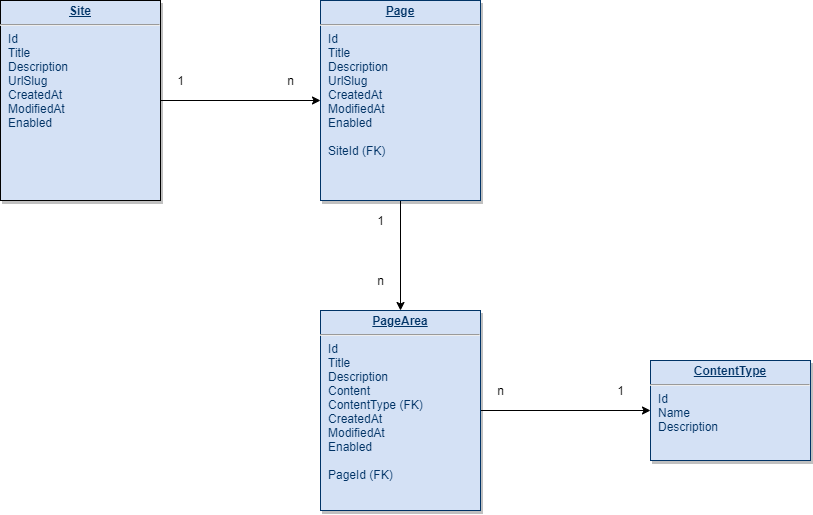
This is docs/er-diagram.png from Lenkelheit/Lily-cms, a draw.io export, as it was before one commit. Source tidied: cells renumbered, new cells last; positions are measured from the earlier drawing's top-left corner, leaving out a move shared by most shapes. Source of this version:
```xml
<mxGraphModel background="#ffffff">
  <root>
    <mxCell id="0" />
    <mxCell id="1" parent="0" />
    <mxCell id="2" style="edgeStyle=orthogonalEdgeStyle;rounded=0;jettySize=auto;html=1;" parent="1" edge="1" source="3" target="5">
      <mxGeometry relative="1" as="geometry" />
    </mxCell>
    <mxCell id="3" value="&lt;p style=&quot;margin: 0px ; margin-top: 4px ; text-align: center ; text-decoration: underline&quot;&gt;&lt;b&gt;Site&lt;/b&gt;&lt;/p&gt;&lt;hr&gt;&lt;p style=&quot;margin: 0px ; margin-left: 8px&quot;&gt;Id&lt;/p&gt;&lt;p style=&quot;margin: 0px ; margin-left: 8px&quot;&gt;Title&lt;/p&gt;&lt;p style=&quot;margin: 0px ; margin-left: 8px&quot;&gt;Description&lt;/p&gt;&lt;p style=&quot;margin: 0px ; margin-left: 8px&quot;&gt;UrlSlug&lt;/p&gt;&lt;p style=&quot;margin: 0px ; margin-left: 8px&quot;&gt;CreatedAt&lt;/p&gt;&lt;p style=&quot;margin: 0px ; margin-left: 8px&quot;&gt;ModifiedAt&lt;/p&gt;&lt;p style=&quot;margin: 0px ; margin-left: 8px&quot;&gt;Enabled&lt;br&gt;&lt;/p&gt;" style="verticalAlign=top;align=left;overflow=fill;fontSize=12;fontFamily=Helvetica;html=1;shadow=1;fillColor=#D4E1F5;fontColor=#003366;noLabel=0;" parent="1" vertex="1">
      <mxGeometry width="160" height="200" as="geometry" />
    </mxCell>
    <mxCell id="4" style="edgeStyle=orthogonalEdgeStyle;rounded=0;jettySize=auto;html=1;exitX=0.5;exitY=1;exitDx=0;exitDy=0;entryX=0.5;entryY=0;entryDx=0;entryDy=0;" parent="1" edge="1" source="5" target="7">
      <mxGeometry relative="1" as="geometry" />
    </mxCell>
    <mxCell id="5" value="&lt;p style=&quot;margin: 0px ; margin-top: 4px ; text-align: center ; text-decoration: underline&quot;&gt;&lt;b&gt;Page&lt;/b&gt;&lt;/p&gt;&lt;hr&gt;&lt;p style=&quot;margin: 0px ; margin-left: 8px&quot;&gt;Id&lt;/p&gt;&lt;p style=&quot;margin: 0px ; margin-left: 8px&quot;&gt;Title&lt;/p&gt;&lt;p style=&quot;margin: 0px ; margin-left: 8px&quot;&gt;Description&lt;/p&gt;&lt;p style=&quot;margin: 0px ; margin-left: 8px&quot;&gt;UrlSlug&lt;/p&gt;&lt;p style=&quot;margin: 0px ; margin-left: 8px&quot;&gt;CreatedAt&lt;/p&gt;&lt;p style=&quot;margin: 0px ; margin-left: 8px&quot;&gt;ModifiedAt&lt;/p&gt;&lt;p style=&quot;margin: 0px ; margin-left: 8px&quot;&gt;Enabled&lt;br&gt;&lt;/p&gt;&lt;p style=&quot;margin: 0px ; margin-left: 8px&quot;&gt;&lt;br&gt;&lt;/p&gt;&lt;p style=&quot;margin: 0px ; margin-left: 8px&quot;&gt;SiteId (FK)&lt;/p&gt;" style="verticalAlign=top;align=left;overflow=fill;fontSize=12;fontFamily=Helvetica;html=1;strokeColor=#003366;shadow=1;fillColor=#D4E1F5;fontColor=#003366;" parent="1" vertex="1">
      <mxGeometry x="320" width="160" height="200" as="geometry" />
    </mxCell>
    <mxCell id="6" style="edgeStyle=orthogonalEdgeStyle;rounded=0;jettySize=auto;html=1;exitX=1;exitY=0.5;exitDx=0;exitDy=0;entryX=0;entryY=0.5;entryDx=0;entryDy=0;" parent="1" edge="1" source="7" target="8">
      <mxGeometry relative="1" as="geometry" />
    </mxCell>
    <mxCell id="7" value="&lt;p style=&quot;margin: 0px ; margin-top: 4px ; text-align: center ; text-decoration: underline&quot;&gt;&lt;b&gt;PageArea&lt;/b&gt;&lt;/p&gt;&lt;hr&gt;&lt;p style=&quot;margin: 0px ; margin-left: 8px&quot;&gt;Id&lt;/p&gt;&lt;p style=&quot;margin: 0px ; margin-left: 8px&quot;&gt;Title&lt;/p&gt;&lt;p style=&quot;margin: 0px ; margin-left: 8px&quot;&gt;Description&lt;/p&gt;&lt;p style=&quot;margin: 0px ; margin-left: 8px&quot;&gt;Content&lt;/p&gt;&lt;p style=&quot;margin: 0px ; margin-left: 8px&quot;&gt;ContentType (FK)&lt;/p&gt;&lt;p style=&quot;margin: 0px ; margin-left: 8px&quot;&gt;CreatedAt&lt;/p&gt;&lt;p style=&quot;margin: 0px ; margin-left: 8px&quot;&gt;ModifiedAt&lt;/p&gt;&lt;p style=&quot;margin: 0px ; margin-left: 8px&quot;&gt;Enabled&lt;br&gt;&lt;/p&gt;&lt;p style=&quot;margin: 0px ; margin-left: 8px&quot;&gt;&lt;br&gt;&lt;/p&gt;&lt;p style=&quot;margin: 0px ; margin-left: 8px&quot;&gt;PageId (FK)&lt;/p&gt;" style="verticalAlign=top;align=left;overflow=fill;fontSize=12;fontFamily=Helvetica;html=1;strokeColor=#003366;shadow=1;fillColor=#D4E1F5;fontColor=#003366;" parent="1" vertex="1">
      <mxGeometry x="320" y="310" width="160" height="200" as="geometry" />
    </mxCell>
    <mxCell id="8" value="&lt;p style=&quot;margin: 0px ; margin-top: 4px ; text-align: center ; text-decoration: underline&quot;&gt;&lt;b&gt;ContentType&lt;/b&gt;&lt;/p&gt;&lt;hr&gt;&lt;p style=&quot;margin: 0px ; margin-left: 8px&quot;&gt;Id&lt;/p&gt;&lt;p style=&quot;margin: 0px ; margin-left: 8px&quot;&gt;Name&lt;/p&gt;&lt;p style=&quot;margin: 0px ; margin-left: 8px&quot;&gt;Description&lt;/p&gt;" style="verticalAlign=top;align=left;overflow=fill;fontSize=12;fontFamily=Helvetica;html=1;strokeColor=#003366;shadow=1;fillColor=#D4E1F5;fontColor=#003366;" parent="1" vertex="1">
      <mxGeometry x="650" y="360" width="160" height="100" as="geometry" />
    </mxCell>
    <mxCell id="9" value="n" style="text;html=1;align=center;verticalAlign=middle;strokeColor=none;" parent="1" vertex="1">
      <mxGeometry x="490" y="380" width="20" height="20" as="geometry" />
    </mxCell>
    <mxCell id="10" value="1" style="text;html=1;align=center;verticalAlign=middle;strokeColor=none;" parent="1" vertex="1">
      <mxGeometry x="610" y="380" width="20" height="20" as="geometry" />
    </mxCell>
    <mxCell id="11" value="1" style="text;html=1;align=center;verticalAlign=middle;strokeColor=none;" parent="1" vertex="1">
      <mxGeometry x="170" y="70" width="20" height="20" as="geometry" />
    </mxCell>
    <mxCell id="12" value="n" style="text;html=1;align=center;verticalAlign=middle;strokeColor=none;" parent="1" vertex="1">
      <mxGeometry x="280" y="70" width="20" height="20" as="geometry" />
    </mxCell>
    <mxCell id="13" value="1" style="text;html=1;align=center;verticalAlign=middle;strokeColor=none;" parent="1" vertex="1">
      <mxGeometry x="370" y="210" width="20" height="20" as="geometry" />
    </mxCell>
    <mxCell id="14" value="n" style="text;html=1;align=center;verticalAlign=middle;strokeColor=none;" parent="1" vertex="1">
      <mxGeometry x="370" y="270" width="20" height="20" as="geometry" />
    </mxCell>
  </root>
</mxGraphModel>
```
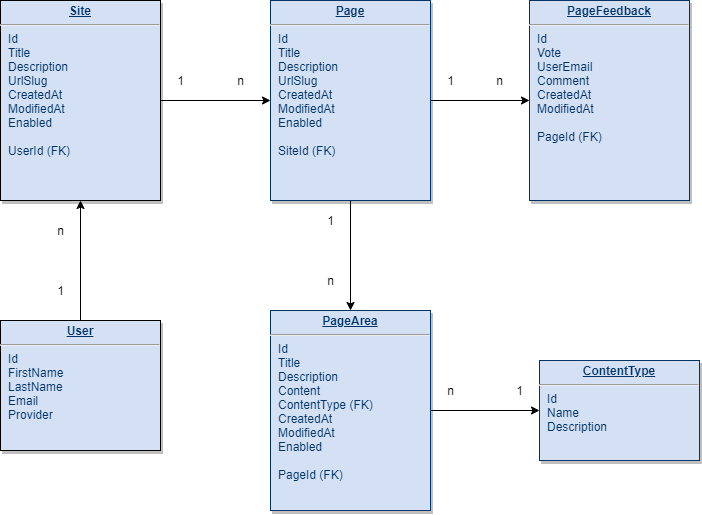
After the commit.

Commit message:
Update diagrams and add use case diagram

The edit, as a diff of the source:
```diff
@@ -5,12 +5,15 @@
     <mxCell id="2" style="edgeStyle=orthogonalEdgeStyle;rounded=0;jettySize=auto;html=1;" parent="1" edge="1" source="3" target="5">
       <mxGeometry relative="1" as="geometry" />
     </mxCell>
-    <mxCell id="3" value="&lt;p style=&quot;margin: 0px ; margin-top: 4px ; text-align: center ; text-decoration: underline&quot;&gt;&lt;b&gt;Site&lt;/b&gt;&lt;/p&gt;&lt;hr&gt;&lt;p style=&quot;margin: 0px ; margin-left: 8px&quot;&gt;Id&lt;/p&gt;&lt;p style=&quot;margin: 0px ; margin-left: 8px&quot;&gt;Title&lt;/p&gt;&lt;p style=&quot;margin: 0px ; margin-left: 8px&quot;&gt;Description&lt;/p&gt;&lt;p style=&quot;margin: 0px ; margin-left: 8px&quot;&gt;UrlSlug&lt;/p&gt;&lt;p style=&quot;margin: 0px ; margin-left: 8px&quot;&gt;CreatedAt&lt;/p&gt;&lt;p style=&quot;margin: 0px ; margin-left: 8px&quot;&gt;ModifiedAt&lt;/p&gt;&lt;p style=&quot;margin: 0px ; margin-left: 8px&quot;&gt;Enabled&lt;br&gt;&lt;/p&gt;" style="verticalAlign=top;align=left;overflow=fill;fontSize=12;fontFamily=Helvetica;html=1;shadow=1;fillColor=#D4E1F5;fontColor=#003366;noLabel=0;" parent="1" vertex="1">
-      <mxGeometry width="160" height="200" as="geometry" />
+    <mxCell id="3" value="&lt;p style=&quot;margin: 0px ; margin-top: 4px ; text-align: center ; text-decoration: underline&quot;&gt;&lt;b&gt;Site&lt;/b&gt;&lt;/p&gt;&lt;hr&gt;&lt;p style=&quot;margin: 0px ; margin-left: 8px&quot;&gt;Id&lt;/p&gt;&lt;p style=&quot;margin: 0px ; margin-left: 8px&quot;&gt;Title&lt;/p&gt;&lt;p style=&quot;margin: 0px ; margin-left: 8px&quot;&gt;Description&lt;/p&gt;&lt;p style=&quot;margin: 0px ; margin-left: 8px&quot;&gt;UrlSlug&lt;/p&gt;&lt;p style=&quot;margin: 0px ; margin-left: 8px&quot;&gt;CreatedAt&lt;/p&gt;&lt;p style=&quot;margin: 0px ; margin-left: 8px&quot;&gt;ModifiedAt&lt;/p&gt;&lt;p style=&quot;margin: 0px ; margin-left: 8px&quot;&gt;Enabled&lt;br&gt;&lt;/p&gt;&lt;p style=&quot;margin: 0px ; margin-left: 8px&quot;&gt;&lt;br&gt;&lt;/p&gt;&lt;p style=&quot;margin: 0px ; margin-left: 8px&quot;&gt;UserId (FK)&lt;br&gt;&lt;/p&gt;" style="verticalAlign=top;align=left;overflow=fill;fontSize=12;fontFamily=Helvetica;html=1;shadow=1;fillColor=#D4E1F5;fontColor=#003366;noLabel=0;" parent="1" vertex="1">
+      <mxGeometry x="50" width="160" height="200" as="geometry" />
     </mxCell>
     <mxCell id="4" style="edgeStyle=orthogonalEdgeStyle;rounded=0;jettySize=auto;html=1;exitX=0.5;exitY=1;exitDx=0;exitDy=0;entryX=0.5;entryY=0;entryDx=0;entryDy=0;" parent="1" edge="1" source="5" target="7">
       <mxGeometry relative="1" as="geometry" />
     </mxCell>
+    <mxCell id="15" style="edgeStyle=orthogonalEdgeStyle;rounded=0;jettySize=auto;html=1;entryX=0;entryY=0.5;entryDx=0;entryDy=0;" parent="1" edge="1" source="5" target="20">
+      <mxGeometry relative="1" as="geometry" />
+    </mxCell>
     <mxCell id="5" value="&lt;p style=&quot;margin: 0px ; margin-top: 4px ; text-align: center ; text-decoration: underline&quot;&gt;&lt;b&gt;Page&lt;/b&gt;&lt;/p&gt;&lt;hr&gt;&lt;p style=&quot;margin: 0px ; margin-left: 8px&quot;&gt;Id&lt;/p&gt;&lt;p style=&quot;margin: 0px ; margin-left: 8px&quot;&gt;Title&lt;/p&gt;&lt;p style=&quot;margin: 0px ; margin-left: 8px&quot;&gt;Description&lt;/p&gt;&lt;p style=&quot;margin: 0px ; margin-left: 8px&quot;&gt;UrlSlug&lt;/p&gt;&lt;p style=&quot;margin: 0px ; margin-left: 8px&quot;&gt;CreatedAt&lt;/p&gt;&lt;p style=&quot;margin: 0px ; margin-left: 8px&quot;&gt;ModifiedAt&lt;/p&gt;&lt;p style=&quot;margin: 0px ; margin-left: 8px&quot;&gt;Enabled&lt;br&gt;&lt;/p&gt;&lt;p style=&quot;margin: 0px ; margin-left: 8px&quot;&gt;&lt;br&gt;&lt;/p&gt;&lt;p style=&quot;margin: 0px ; margin-left: 8px&quot;&gt;SiteId (FK)&lt;/p&gt;" style="verticalAlign=top;align=left;overflow=fill;fontSize=12;fontFamily=Helvetica;html=1;strokeColor=#003366;shadow=1;fillColor=#D4E1F5;fontColor=#003366;" parent="1" vertex="1">
       <mxGeometry x="320" width="160" height="200" as="geometry" />
     </mxCell>
@@ -21,16 +24,16 @@
       <mxGeometry x="320" y="310" width="160" height="200" as="geometry" />
     </mxCell>
     <mxCell id="8" value="&lt;p style=&quot;margin: 0px ; margin-top: 4px ; text-align: center ; text-decoration: underline&quot;&gt;&lt;b&gt;ContentType&lt;/b&gt;&lt;/p&gt;&lt;hr&gt;&lt;p style=&quot;margin: 0px ; margin-left: 8px&quot;&gt;Id&lt;/p&gt;&lt;p style=&quot;margin: 0px ; margin-left: 8px&quot;&gt;Name&lt;/p&gt;&lt;p style=&quot;margin: 0px ; margin-left: 8px&quot;&gt;Description&lt;/p&gt;" style="verticalAlign=top;align=left;overflow=fill;fontSize=12;fontFamily=Helvetica;html=1;strokeColor=#003366;shadow=1;fillColor=#D4E1F5;fontColor=#003366;" parent="1" vertex="1">
-      <mxGeometry x="650" y="360" width="160" height="100" as="geometry" />
+      <mxGeometry x="589" y="360" width="160" height="100" as="geometry" />
     </mxCell>
     <mxCell id="9" value="n" style="text;html=1;align=center;verticalAlign=middle;strokeColor=none;" parent="1" vertex="1">
       <mxGeometry x="490" y="380" width="20" height="20" as="geometry" />
     </mxCell>
     <mxCell id="10" value="1" style="text;html=1;align=center;verticalAlign=middle;strokeColor=none;" parent="1" vertex="1">
-      <mxGeometry x="610" y="380" width="20" height="20" as="geometry" />
+      <mxGeometry x="559" y="380" width="20" height="20" as="geometry" />
     </mxCell>
     <mxCell id="11" value="1" style="text;html=1;align=center;verticalAlign=middle;strokeColor=none;" parent="1" vertex="1">
-      <mxGeometry x="170" y="70" width="20" height="20" as="geometry" />
+      <mxGeometry x="220" y="70" width="20" height="20" as="geometry" />
     </mxCell>
     <mxCell id="12" value="n" style="text;html=1;align=center;verticalAlign=middle;strokeColor=none;" parent="1" vertex="1">
       <mxGeometry x="280" y="70" width="20" height="20" as="geometry" />
@@ -41,5 +44,26 @@
     <mxCell id="14" value="n" style="text;html=1;align=center;verticalAlign=middle;strokeColor=none;" parent="1" vertex="1">
       <mxGeometry x="370" y="270" width="20" height="20" as="geometry" />
     </mxCell>
+    <mxCell id="16" style="edgeStyle=orthogonalEdgeStyle;rounded=0;jettySize=auto;html=1;entryX=0.5;entryY=1;entryDx=0;entryDy=0;" parent="1" edge="1" source="17" target="3">
+      <mxGeometry relative="1" as="geometry" />
+    </mxCell>
+    <mxCell id="17" value="&lt;p style=&quot;margin: 0px ; margin-top: 4px ; text-align: center ; text-decoration: underline&quot;&gt;&lt;b&gt;User&lt;/b&gt;&lt;/p&gt;&lt;hr&gt;&lt;p style=&quot;margin: 0px ; margin-left: 8px&quot;&gt;Id&lt;/p&gt;&lt;p style=&quot;margin: 0px ; margin-left: 8px&quot;&gt;FirstName&lt;br&gt;&lt;/p&gt;&lt;p style=&quot;margin: 0px ; margin-left: 8px&quot;&gt;LastName&lt;br&gt;&lt;/p&gt;&lt;p style=&quot;margin: 0px ; margin-left: 8px&quot;&gt;Email&lt;br&gt;&lt;/p&gt;&lt;p style=&quot;margin: 0px ; margin-left: 8px&quot;&gt;Provider&lt;/p&gt;" style="verticalAlign=top;align=left;overflow=fill;fontSize=12;fontFamily=Helvetica;html=1;shadow=1;fillColor=#D4E1F5;fontColor=#003366;noLabel=0;" parent="1" vertex="1">
+      <mxGeometry x="50" y="320" width="160" height="130" as="geometry" />
+    </mxCell>
+    <mxCell id="18" value="1" style="text;html=1;align=center;verticalAlign=middle;strokeColor=none;fillColor=none;" parent="1" vertex="1">
+      <mxGeometry x="100" y="280" width="20" height="20" as="geometry" />
+    </mxCell>
+    <mxCell id="19" value="n" style="text;html=1;align=center;verticalAlign=middle;strokeColor=none;" parent="1" vertex="1">
+      <mxGeometry x="100" y="220" width="20" height="20" as="geometry" />
+    </mxCell>
+    <mxCell id="20" value="&lt;p style=&quot;margin: 4px 0px 0px ; text-align: center&quot;&gt;&lt;b&gt;&lt;u&gt;PageFeedback&lt;/u&gt;&lt;/b&gt;&lt;br&gt;&lt;/p&gt;&lt;hr&gt;&lt;p style=&quot;margin: 0px ; margin-left: 8px&quot;&gt;Id&lt;/p&gt;&lt;p style=&quot;margin: 0px ; margin-left: 8px&quot;&gt;Vote&lt;br&gt;&lt;/p&gt;&lt;p style=&quot;margin: 0px ; margin-left: 8px&quot;&gt;UserEmail&lt;/p&gt;&lt;p style=&quot;margin: 0px ; margin-left: 8px&quot;&gt;Comment&lt;/p&gt;&lt;p style=&quot;margin: 0px ; margin-left: 8px&quot;&gt;CreatedAt&lt;/p&gt;&lt;p style=&quot;margin: 0px ; margin-left: 8px&quot;&gt;ModifiedAt&lt;/p&gt;&lt;p style=&quot;margin: 0px ; margin-left: 8px&quot;&gt;&lt;br&gt;&lt;/p&gt;&lt;p style=&quot;margin: 0px ; margin-left: 8px&quot;&gt;PageId (FK)&lt;/p&gt;" style="verticalAlign=top;align=left;overflow=fill;fontSize=12;fontFamily=Helvetica;html=1;strokeColor=#003366;shadow=1;fillColor=#D4E1F5;fontColor=#003366;" parent="1" vertex="1">
+      <mxGeometry x="579" width="160" height="200" as="geometry" />
+    </mxCell>
+    <mxCell id="21" value="1" style="text;html=1;align=center;verticalAlign=middle;strokeColor=none;" parent="1" vertex="1">
+      <mxGeometry x="490" y="70" width="20" height="20" as="geometry" />
+    </mxCell>
+    <mxCell id="22" value="n" style="text;html=1;align=center;verticalAlign=middle;strokeColor=none;" parent="1" vertex="1">
+      <mxGeometry x="539" y="70" width="20" height="20" as="geometry" />
+    </mxCell>
   </root>
 </mxGraphModel>
```
